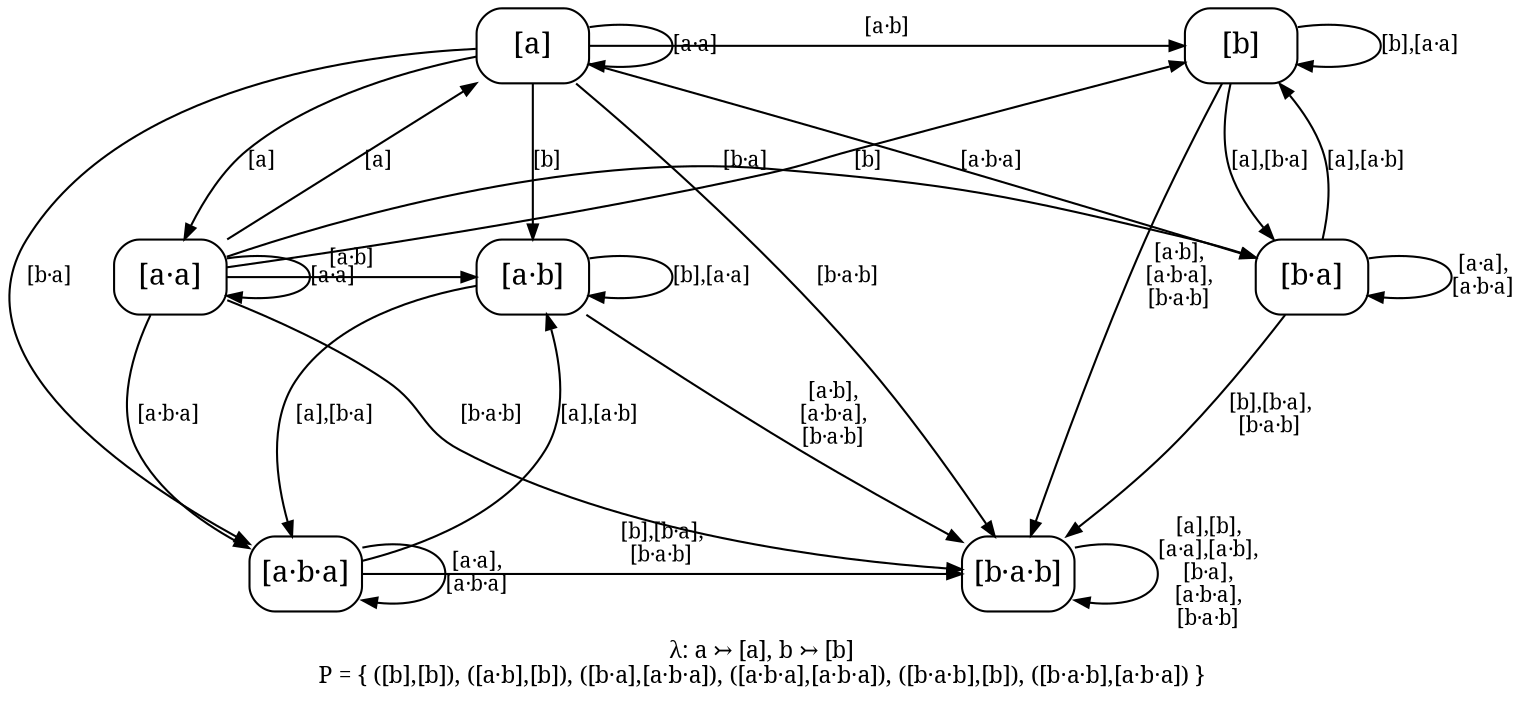
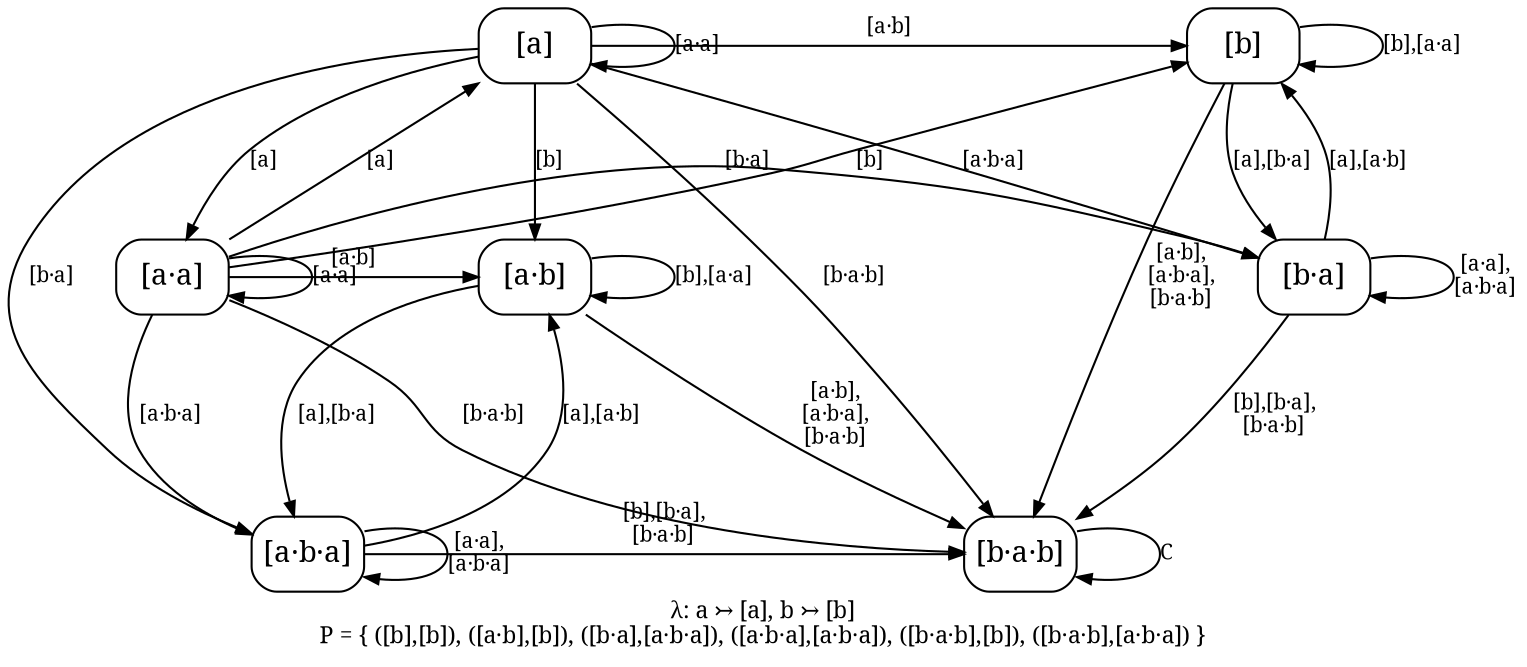
// sos2cayley evenblocks.sos --rename a=a,!a=b
digraph core_F3_evenblocks {
  rankdir=TB;
  ranksep=0.87; nodesep=0.55;
  node [shape=box, style=rounded, fontname="serif", margin="0.06,0.03"];
  edge [fontname="serif", fontsize=10, arrowsize=0.7];
  label="λ: a ↣ [a], b ↣ [b]\nP = { ([b],[b]), ([a·b],[b]), ([b·a],[a·b·a]), ([a·b·a],[a·b·a]), ([b·a·b],[b]), ([b·a·b],[a·b·a]) }";
  labelloc="b"; labeljust="c"; fontname="serif"; fontsize=11;

  a [label="[a]"];
  b [label="[b]"];
  aa [label="[a·a]"];
  ab [label="[a·b]"];
  ba [label="[b·a]"];
  aba [label="[a·b·a]"];
  bab [label="[b·a·b]"];

  { rank=same; a b; }
  { rank=same; aa ab ba; }
  { rank=same; aba bab; }

  a -> aa [label="[a]", weight=3];
  a -> ab [label="[b]", weight=3];
  a -> a [label="[a·a]", weight=1];
  a -> b [label="[a·b]", weight=1];
  a -> aba [label="[b·a]", weight=1];
  a -> ba [label="[a·b·a]", weight=1];
  a -> bab [label="[b·a·b]", weight=1];
  b -> ba [label="[a],[b·a]", weight=3];
  b -> b [label="[b],[a·a]", weight=1];
  b -> bab [label="[a·b],\n[a·b·a],\n[b·a·b]", weight=1];
  aa -> a [label="[a]", weight=1];
  aa -> b [label="[b]", weight=1];
  aa -> aa [label="[a·a]", weight=1];
  aa -> ab [label="[a·b]", weight=1];
  aa -> ba [label="[b·a]", weight=1];
  aa -> aba [label="[a·b·a]", weight=1];
  aa -> bab [label="[b·a·b]", weight=1];
  ab -> aba [label="[a],[b·a]", weight=3];
  ab -> ab [label="[b],[a·a]", weight=1];
  ab -> bab [label="[a·b],\n[a·b·a],\n[b·a·b]", weight=1];
  ba -> b [label="[a],[a·b]", weight=1];
  ba -> bab [label="[b],[b·a],\n[b·a·b]", weight=3];
  ba -> ba [label="[a·a],\n[a·b·a]", weight=1];
  aba -> ab [label="[a],[a·b]", weight=1];
  aba -> bab [label="[b],[b·a],\n[b·a·b]", weight=1];
  aba -> aba [label="[a·a],\n[a·b·a]", weight=1];
-   bab -> bab [label="[a],[b],\n[a·a],[a·b],\n[b·a],\n[a·b·a],\n[b·a·b]", weight=1];
+   bab -> bab [label="C", weight=1];
}
